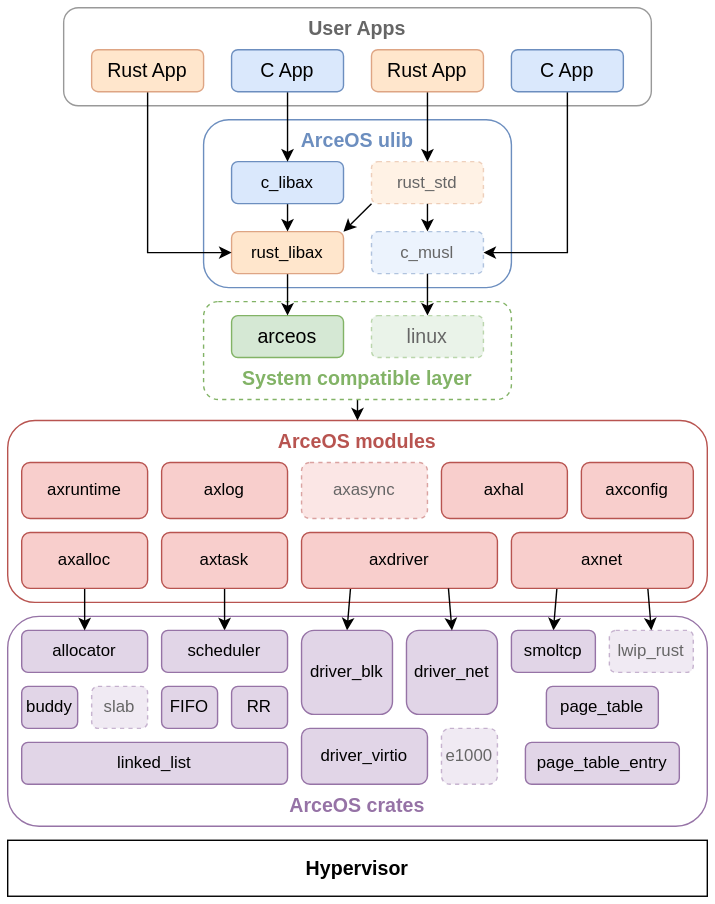
This is assets/ArceOS.svg from shzy2012/arceos-tutorial-book, a draw.io export, as it was before one commit. Source tidied: cells renumbered, new cells last; positions are measured from the earlier drawing's top-left corner, leaving out a move shared by most shapes.
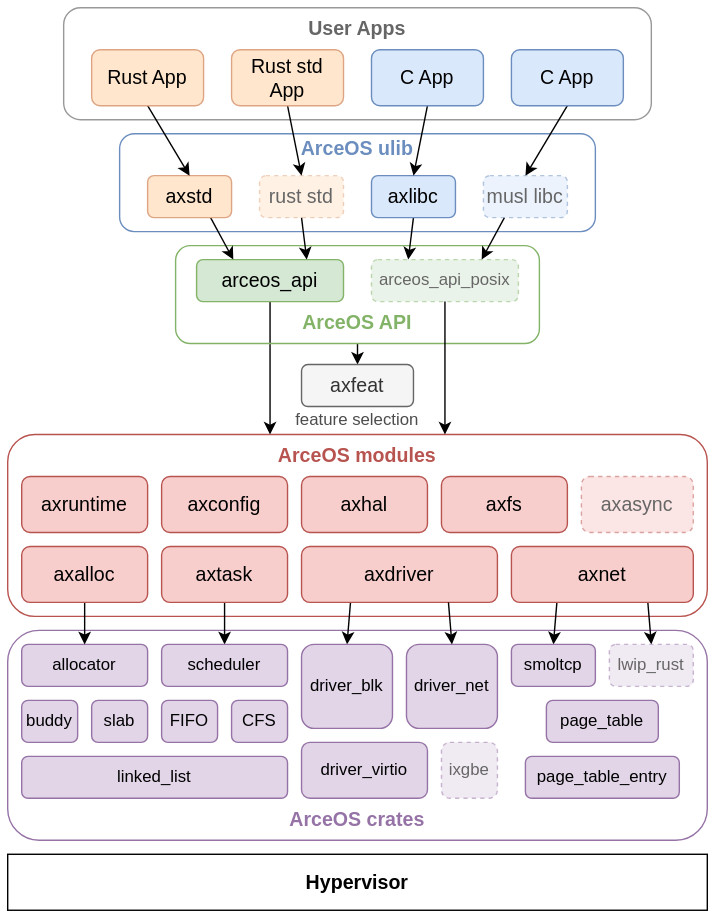
The same file after the commit.

Change to the diagram source:
```diff
@@ -11,3 +11,3 @@
     <mxCell id="4" value="User Apps" style="rounded=1;whiteSpace=wrap;html=1;strokeWidth=1;fontStyle=1;fontSize=14;verticalAlign=top;fillColor=none;strokeColor=#999999;fontColor=#666666;" parent="1" vertex="1">
-      <mxGeometry x="40" width="420" height="70" as="geometry" />
+      <mxGeometry x="40" y="-10" width="420" height="80" as="geometry" />
     </mxCell>
@@ -22,3 +22,3 @@
     </mxCell>
-    <mxCell id="8" value="axnet" style="rounded=1;whiteSpace=wrap;html=1;strokeWidth=1;fillColor=#f8cecc;strokeColor=#b85450;" parent="1" vertex="1">
+    <mxCell id="8" value="axnet" style="rounded=1;whiteSpace=wrap;html=1;strokeWidth=1;fillColor=#f8cecc;strokeColor=#b85450;fontSize=14;" parent="1" vertex="1">
       <mxGeometry x="360" y="375" width="130" height="40" as="geometry" />
@@ -28,13 +28,13 @@
     </mxCell>
-    <mxCell id="10" value="axtask" style="rounded=1;whiteSpace=wrap;html=1;strokeWidth=1;fillColor=#f8cecc;strokeColor=#b85450;" parent="1" vertex="1">
+    <mxCell id="10" value="axtask" style="rounded=1;whiteSpace=wrap;html=1;strokeWidth=1;fillColor=#f8cecc;strokeColor=#b85450;fontSize=14;" parent="1" vertex="1">
       <mxGeometry x="110" y="375" width="90" height="40" as="geometry" />
     </mxCell>
+    <mxCell id="34" value="axconfig" style="rounded=1;whiteSpace=wrap;html=1;strokeWidth=1;fillColor=#f8cecc;strokeColor=#b85450;fontSize=14;" parent="1" vertex="1">
+      <mxGeometry x="110" y="325" width="90" height="40" as="geometry" />
+    </mxCell>
-    <mxCell id="11" value="axruntime" style="rounded=1;whiteSpace=wrap;html=1;strokeWidth=1;fillColor=#f8cecc;strokeColor=#b85450;" parent="1" vertex="1">
+    <mxCell id="11" value="axruntime" style="rounded=1;whiteSpace=wrap;html=1;strokeWidth=1;fillColor=#f8cecc;strokeColor=#b85450;fontSize=14;" parent="1" vertex="1">
       <mxGeometry x="10" y="325" width="90" height="40" as="geometry" />
     </mxCell>
-    <mxCell id="12" value="axlog" style="rounded=1;whiteSpace=wrap;html=1;strokeWidth=1;fillColor=#f8cecc;strokeColor=#b85450;" parent="1" vertex="1">
-      <mxGeometry x="110" y="325" width="90" height="40" as="geometry" />
-    </mxCell>
-    <mxCell id="13" value="axhal" style="rounded=1;whiteSpace=wrap;html=1;strokeWidth=1;fillColor=#f8cecc;strokeColor=#b85450;" parent="1" vertex="1">
-      <mxGeometry x="310" y="325" width="90" height="40" as="geometry" />
+    <mxCell id="13" value="axhal" style="rounded=1;whiteSpace=wrap;html=1;strokeWidth=1;fillColor=#f8cecc;strokeColor=#b85450;fontSize=14;" parent="1" vertex="1">
+      <mxGeometry x="210" y="325" width="90" height="40" as="geometry" />
     </mxCell>
@@ -43,3 +43,3 @@
     </mxCell>
-    <mxCell id="15" value="axdriver" style="rounded=1;whiteSpace=wrap;html=1;strokeWidth=1;fillColor=#f8cecc;strokeColor=#b85450;" parent="1" vertex="1">
+    <mxCell id="15" value="axdriver" style="rounded=1;whiteSpace=wrap;html=1;strokeWidth=1;fillColor=#f8cecc;strokeColor=#b85450;fontSize=14;" parent="1" vertex="1">
       <mxGeometry x="210" y="375" width="140" height="40" as="geometry" />
@@ -52,3 +52,3 @@
     </mxCell>
-    <mxCell id="18" value="axalloc" style="rounded=1;whiteSpace=wrap;html=1;strokeWidth=1;fillColor=#f8cecc;strokeColor=#b85450;" parent="1" vertex="1">
+    <mxCell id="18" value="axalloc" style="rounded=1;whiteSpace=wrap;html=1;strokeWidth=1;fillColor=#f8cecc;strokeColor=#b85450;fontSize=14;" parent="1" vertex="1">
       <mxGeometry x="10" y="375" width="90" height="40" as="geometry" />
@@ -67,4 +67,4 @@
     </mxCell>
-    <mxCell id="23" value="axasync" style="rounded=1;whiteSpace=wrap;html=1;strokeWidth=1;fillColor=#f8cecc;strokeColor=#b85450;dashed=1;opacity=50;fontColor=#666666;" parent="1" vertex="1">
-      <mxGeometry x="210" y="325" width="90" height="40" as="geometry" />
+    <mxCell id="23" value="axasync" style="rounded=1;whiteSpace=wrap;html=1;strokeWidth=1;fillColor=#f8cecc;strokeColor=#b85450;dashed=1;opacity=50;fontColor=#666666;fontSize=14;" parent="1" vertex="1">
+      <mxGeometry x="410" y="325" width="80" height="40" as="geometry" />
     </mxCell>
@@ -76,3 +76,3 @@
     </mxCell>
-    <mxCell id="26" value="slab" style="rounded=1;whiteSpace=wrap;html=1;strokeColor=#9673a6;strokeWidth=1;fillColor=#e1d5e7;dashed=1;opacity=50;fontColor=#666666;" parent="1" vertex="1">
+    <mxCell id="26" value="&lt;font color=&quot;#000000&quot;&gt;slab&lt;/font&gt;" style="rounded=1;whiteSpace=wrap;html=1;strokeColor=#9673a6;strokeWidth=1;fillColor=#e1d5e7;fontColor=#666666;" parent="1" vertex="1">
       <mxGeometry x="60" y="485" width="40" height="30" as="geometry" />
@@ -82,8 +82,8 @@
     </mxCell>
-    <mxCell id="28" value="RR" style="rounded=1;whiteSpace=wrap;html=1;strokeColor=#9673a6;strokeWidth=1;fillColor=#e1d5e7;" parent="1" vertex="1">
-      <mxGeometry x="160" y="485" width="40" height="30" as="geometry" />
-    </mxCell>
-    <mxCell id="29" value="e1000" style="rounded=1;whiteSpace=wrap;html=1;strokeColor=#9673a6;strokeWidth=1;fillColor=#e1d5e7;dashed=1;opacity=50;fontColor=#666666;" parent="1" vertex="1">
-      <mxGeometry x="310" y="515" width="40" height="40" as="geometry" />
-    </mxCell>
+    <mxCell id="60" value="CFS" style="rounded=1;whiteSpace=wrap;html=1;strokeColor=#9673a6;strokeWidth=1;fillColor=#e1d5e7;" parent="1" vertex="1">
+      <mxGeometry x="160" y="485" width="40" height="30" as="geometry" />
+    </mxCell>
+    <mxCell id="61" value="ixgbe" style="rounded=1;whiteSpace=wrap;html=1;strokeColor=#9673a6;strokeWidth=1;fillColor=#e1d5e7;dashed=1;opacity=50;fontColor=#666666;" parent="1" vertex="1">
+      <mxGeometry x="310" y="515" width="40" height="40" as="geometry" />
+    </mxCell>
     <mxCell id="30" value="lwip_rust" style="rounded=1;whiteSpace=wrap;html=1;strokeColor=#9673a6;strokeWidth=1;fillColor=#e1d5e7;dashed=1;opacity=50;fontColor=#666666;" parent="1" vertex="1">
@@ -100,5 +100,5 @@
     </mxCell>
-    <mxCell id="34" value="axconfig" style="rounded=1;whiteSpace=wrap;html=1;strokeWidth=1;fillColor=#f8cecc;strokeColor=#b85450;" parent="1" vertex="1">
-      <mxGeometry x="410" y="325" width="80" height="40" as="geometry" />
-    </mxCell>
+    <mxCell id="62" value="axfs" style="rounded=1;whiteSpace=wrap;html=1;strokeWidth=1;fillColor=#f8cecc;strokeColor=#b85450;fontSize=14;" parent="1" vertex="1">
+      <mxGeometry x="310" y="325" width="90" height="40" as="geometry" />
+    </mxCell>
     <mxCell id="35" value="page_table_entry" style="rounded=1;whiteSpace=wrap;html=1;strokeColor=#9673a6;strokeWidth=1;fillColor=#e1d5e7;" parent="1" vertex="1">
@@ -106,71 +106,65 @@
     </mxCell>
-    <mxCell id="36" style="edgeStyle=none;rounded=0;jettySize=auto;html=1;exitX=0.5;exitY=1;exitDx=0;exitDy=0;entryX=0.5;entryY=0;entryDx=0;entryDy=0;fontSize=14;fontColor=#82B366;fillColor=#f8cecc;strokeColor=#000000;" parent="1" edge="1" source="37" target="2">
-      <mxGeometry relative="1" as="geometry" />
-    </mxCell>
-    <mxCell id="37" value="&lt;font color=&quot;#82b366&quot;&gt;System compatible layer&lt;/font&gt;" style="rounded=1;whiteSpace=wrap;html=1;strokeColor=#82b366;strokeWidth=1;fontSize=14;fillColor=none;verticalAlign=bottom;dashed=1;spacingBottom=4;fontStyle=1;" parent="1" vertex="1">
-      <mxGeometry x="140" y="210" width="220" height="70" as="geometry" />
-    </mxCell>
-    <mxCell id="38" value="linux" style="rounded=1;whiteSpace=wrap;html=1;strokeColor=#82b366;strokeWidth=1;fontSize=14;fillColor=#d5e8d4;opacity=50;dashed=1;fontColor=#666666;" parent="1" vertex="1">
-      <mxGeometry x="260" y="220" width="80" height="30" as="geometry" />
-    </mxCell>
-    <mxCell id="39" value="arceos" style="rounded=1;whiteSpace=wrap;html=1;strokeColor=#82b366;strokeWidth=1;fontSize=14;fillColor=#d5e8d4;" parent="1" vertex="1">
-      <mxGeometry x="160" y="220" width="80" height="30" as="geometry" />
-    </mxCell>
+    <mxCell id="63" style="edgeStyle=none;rounded=0;jettySize=auto;html=1;exitX=0.5;exitY=1;exitDx=0;exitDy=0;entryX=0.375;entryY=0.000;entryDx=0;entryDy=0;fontSize=14;fontColor=#82B366;fillColor=#f8cecc;strokeColor=#000000;entryPerimeter=0;" parent="1" edge="1" source="67" target="2">
+      <mxGeometry relative="1" as="geometry" />
+    </mxCell>
+    <mxCell id="64" style="edgeStyle=orthogonalEdgeStyle;rounded=0;jettySize=auto;html=1;exitX=0.5;exitY=1;exitDx=0;exitDy=0;entryX=0.5;entryY=0;entryDx=0;entryDy=0;" parent="1" edge="1" source="65" target="86">
+      <mxGeometry relative="1" as="geometry" />
+    </mxCell>
+    <mxCell id="65" value="&lt;font color=&quot;#82b366&quot;&gt;ArceOS API&lt;/font&gt;" style="rounded=1;whiteSpace=wrap;html=1;strokeColor=#82b366;strokeWidth=1;fontSize=14;fillColor=none;verticalAlign=bottom;spacingBottom=4;fontStyle=1;" parent="1" vertex="1">
+      <mxGeometry x="120" y="160" width="260" height="70" as="geometry" />
+    </mxCell>
+    <mxCell id="66" value="&lt;font style=&quot;font-size: 12px;&quot;&gt;arceos_api_posix&lt;/font&gt;" style="rounded=1;whiteSpace=wrap;html=1;strokeColor=#82b366;strokeWidth=1;fontSize=12;fillColor=#d5e8d4;fontColor=#666666;dashed=1;opacity=50;" parent="1" vertex="1">
+      <mxGeometry x="260" y="170" width="105" height="30" as="geometry" />
+    </mxCell>
+    <mxCell id="67" value="&lt;font color=&quot;#000000&quot; style=&quot;font-size: 14px;&quot;&gt;arceos_api&lt;/font&gt;" style="rounded=1;whiteSpace=wrap;html=1;strokeColor=#82b366;strokeWidth=1;fontSize=14;fillColor=#d5e8d4;fontColor=#666666;" parent="1" vertex="1">
+      <mxGeometry x="135" y="170" width="105" height="30" as="geometry" />
+    </mxCell>
-    <mxCell id="40" value="&lt;font color=&quot;#6c8ebf&quot;&gt;ArceOS ulib&lt;/font&gt;" style="rounded=1;whiteSpace=wrap;html=1;fillColor=none;strokeColor=#6c8ebf;strokeWidth=1;fontStyle=1;fontSize=14;verticalAlign=top;" parent="1" vertex="1">
-      <mxGeometry x="140" y="80" width="220" height="120" as="geometry" />
+    <mxCell id="40" value="&lt;font color=&quot;#6c8ebf&quot;&gt;ArceOS ulib&lt;/font&gt;" style="rounded=1;whiteSpace=wrap;html=1;fillColor=none;strokeColor=#6c8ebf;strokeWidth=1;fontStyle=1;fontSize=14;verticalAlign=top;spacingTop=-4;" parent="1" vertex="1">
+      <mxGeometry x="80" y="80" width="340" height="70" as="geometry" />
     </mxCell>
-    <mxCell id="41" style="edgeStyle=none;rounded=0;jettySize=auto;html=1;exitX=0.5;exitY=1;exitDx=0;exitDy=0;entryX=0.5;entryY=0;entryDx=0;entryDy=0;fontSize=14;fontColor=#82B366;" parent="1" edge="1" source="42" target="39">
-      <mxGeometry relative="1" as="geometry" />
-    </mxCell>
-    <mxCell id="42" value="rust_libax" style="rounded=1;whiteSpace=wrap;html=1;fillColor=#FFE6CC;strokeColor=#DEA584;strokeWidth=1;" parent="1" vertex="1">
-      <mxGeometry x="160" y="160" width="80" height="30" as="geometry" />
-    </mxCell>
-    <mxCell id="43" style="edgeStyle=none;rounded=0;jettySize=auto;html=1;exitX=0.5;exitY=1;exitDx=0;exitDy=0;entryX=0.5;entryY=0;entryDx=0;entryDy=0;fontSize=14;fontColor=#82B366;" parent="1" edge="1" source="44" target="42">
-      <mxGeometry relative="1" as="geometry" />
-    </mxCell>
-    <mxCell id="44" value="c_libax" style="rounded=1;whiteSpace=wrap;html=1;fillColor=#dae8fc;strokeColor=#6c8ebf;strokeWidth=1;" parent="1" vertex="1">
-      <mxGeometry x="160" y="110" width="80" height="30" as="geometry" />
-    </mxCell>
-    <mxCell id="45" style="edgeStyle=none;rounded=0;jettySize=auto;html=1;exitX=0.5;exitY=1;exitDx=0;exitDy=0;entryX=0.5;entryY=0;entryDx=0;entryDy=0;fontSize=14;fontColor=#82B366;" parent="1" edge="1" source="46" target="38">
-      <mxGeometry relative="1" as="geometry" />
-    </mxCell>
-    <mxCell id="46" value="c_musl" style="rounded=1;whiteSpace=wrap;html=1;fillColor=#dae8fc;strokeColor=#6c8ebf;strokeWidth=1;fontColor=#666666;opacity=50;dashed=1;" parent="1" vertex="1">
-      <mxGeometry x="260" y="160" width="80" height="30" as="geometry" />
-    </mxCell>
-    <mxCell id="47" style="edgeStyle=none;rounded=0;jettySize=auto;html=1;exitX=0.5;exitY=1;exitDx=0;exitDy=0;entryX=0.5;entryY=0;entryDx=0;entryDy=0;fontSize=14;fontColor=#82B366;" parent="1" edge="1" source="49" target="46">
-      <mxGeometry relative="1" as="geometry" />
-    </mxCell>
-    <mxCell id="48" style="rounded=0;jettySize=auto;html=1;exitX=0;exitY=1;exitDx=0;exitDy=0;entryX=1;entryY=0;entryDx=0;entryDy=0;" parent="1" edge="1" source="49" target="42">
-      <mxGeometry relative="1" as="geometry" />
-    </mxCell>
-    <mxCell id="49" value="rust_std" style="rounded=1;whiteSpace=wrap;html=1;fillColor=#FFE6CC;strokeColor=#DEA584;strokeWidth=1;fontColor=#666666;opacity=50;dashed=1;" parent="1" vertex="1">
-      <mxGeometry x="260" y="110" width="80" height="30" as="geometry" />
-    </mxCell>
-    <mxCell id="50" style="edgeStyle=none;rounded=0;orthogonalLoop=1;jettySize=auto;html=1;exitX=0.5;exitY=1;exitDx=0;exitDy=0;fontSize=14;fontColor=#F57F10;" parent="1" edge="1" source="49" target="49">
-      <mxGeometry relative="1" as="geometry" />
-    </mxCell>
-    <mxCell id="51" style="edgeStyle=orthogonalEdgeStyle;rounded=0;jettySize=auto;html=1;exitX=0.5;exitY=1;exitDx=0;exitDy=0;entryX=0;entryY=0.5;entryDx=0;entryDy=0;fontSize=14;fontColor=#82B366;" parent="1" edge="1" source="52" target="42">
-      <mxGeometry relative="1" as="geometry" />
-    </mxCell>
-    <mxCell id="52" value="Rust App" style="rounded=1;whiteSpace=wrap;html=1;strokeWidth=1;fontSize=14;fillColor=#FFE6CC;strokeColor=#DEA584;" parent="1" vertex="1">
-      <mxGeometry x="60" y="30" width="80" height="30" as="geometry" />
-    </mxCell>
-    <mxCell id="53" style="edgeStyle=orthogonalEdgeStyle;rounded=0;jettySize=auto;html=1;exitX=0.5;exitY=1;exitDx=0;exitDy=0;entryX=0.5;entryY=0;entryDx=0;entryDy=0;fontSize=14;fontColor=#82B366;" parent="1" edge="1" source="54" target="44">
-      <mxGeometry relative="1" as="geometry" />
-    </mxCell>
-    <mxCell id="54" value="C App" style="rounded=1;whiteSpace=wrap;html=1;strokeWidth=1;fontSize=14;fillColor=#dae8fc;strokeColor=#6c8ebf;" parent="1" vertex="1">
-      <mxGeometry x="160" y="30" width="80" height="30" as="geometry" />
-    </mxCell>
-    <mxCell id="55" style="edgeStyle=orthogonalEdgeStyle;rounded=0;jettySize=auto;html=1;exitX=0.5;exitY=1;exitDx=0;exitDy=0;entryX=0.5;entryY=0;entryDx=0;entryDy=0;fontSize=14;fontColor=#82B366;" parent="1" edge="1" source="56" target="49">
-      <mxGeometry relative="1" as="geometry" />
-    </mxCell>
-    <mxCell id="56" value="Rust App" style="rounded=1;whiteSpace=wrap;html=1;strokeWidth=1;fontSize=14;fillColor=#FFE6CC;strokeColor=#DEA584;" parent="1" vertex="1">
-      <mxGeometry x="260" y="30" width="80" height="30" as="geometry" />
-    </mxCell>
-    <mxCell id="57" style="edgeStyle=orthogonalEdgeStyle;rounded=0;jettySize=auto;html=1;exitX=0.5;exitY=1;exitDx=0;exitDy=0;entryX=1;entryY=0.5;entryDx=0;entryDy=0;fontSize=14;fontColor=#82B366;" parent="1" edge="1" source="58" target="46">
-      <mxGeometry relative="1" as="geometry" />
-    </mxCell>
-    <mxCell id="58" value="C App" style="rounded=1;whiteSpace=wrap;html=1;strokeWidth=1;fontSize=14;fillColor=#dae8fc;strokeColor=#6c8ebf;" parent="1" vertex="1">
-      <mxGeometry x="360" y="30" width="80" height="30" as="geometry" />
-    </mxCell>
+    <mxCell id="68" style="rounded=0;jettySize=auto;html=1;exitX=0.75;exitY=1;exitDx=0;exitDy=0;entryX=0.25;entryY=0;entryDx=0;entryDy=0;" parent="1" edge="1" source="69" target="67">
+      <mxGeometry relative="1" as="geometry" />
+    </mxCell>
+    <mxCell id="69" value="axstd" style="rounded=1;whiteSpace=wrap;html=1;fillColor=#FFE6CC;strokeColor=#DEA584;strokeWidth=1;fontSize=14;" parent="1" vertex="1">
+      <mxGeometry x="100" y="110" width="60" height="30" as="geometry" />
+    </mxCell>
+    <mxCell id="70" style="edgeStyle=none;rounded=0;jettySize=auto;html=1;exitX=0.5;exitY=1;exitDx=0;exitDy=0;entryX=0.25;entryY=0;entryDx=0;entryDy=0;fontSize=14;fontColor=#82B366;" parent="1" edge="1" source="71" target="66">
+      <mxGeometry relative="1" as="geometry" />
+    </mxCell>
+    <mxCell id="71" value="&lt;font color=&quot;#000000&quot; style=&quot;font-size: 14px;&quot;&gt;axlibc&lt;/font&gt;" style="rounded=1;whiteSpace=wrap;html=1;fillColor=#dae8fc;strokeColor=#6c8ebf;strokeWidth=1;fontColor=#666666;fontSize=14;" parent="1" vertex="1">
+      <mxGeometry x="260" y="110" width="60" height="30" as="geometry" />
+    </mxCell>
+    <mxCell id="72" style="rounded=0;jettySize=auto;html=1;exitX=0.5;exitY=1;exitDx=0;exitDy=0;entryX=0.75;entryY=0;entryDx=0;entryDy=0;" parent="1" edge="1" source="73" target="67">
+      <mxGeometry relative="1" as="geometry" />
+    </mxCell>
+    <mxCell id="73" value="rust std" style="rounded=1;whiteSpace=wrap;html=1;fillColor=#FFE6CC;strokeColor=#DEA584;strokeWidth=1;fontColor=#666666;opacity=50;dashed=1;fontSize=14;" parent="1" vertex="1">
+      <mxGeometry x="180" y="110" width="60" height="30" as="geometry" />
+    </mxCell>
+    <mxCell id="74" style="edgeStyle=none;rounded=0;orthogonalLoop=1;jettySize=auto;html=1;exitX=0.5;exitY=1;exitDx=0;exitDy=0;fontSize=14;fontColor=#F57F10;" parent="1" edge="1" source="73" target="73">
+      <mxGeometry relative="1" as="geometry" />
+    </mxCell>
+    <mxCell id="75" style="rounded=0;jettySize=auto;html=1;exitX=0.5;exitY=1;exitDx=0;exitDy=0;entryX=0.5;entryY=0;entryDx=0;entryDy=0;" parent="1" edge="1" source="76" target="69">
+      <mxGeometry relative="1" as="geometry" />
+    </mxCell>
+    <mxCell id="76" value="Rust App" style="rounded=1;whiteSpace=wrap;html=1;strokeWidth=1;fontSize=14;fillColor=#FFE6CC;strokeColor=#DEA584;" parent="1" vertex="1">
+      <mxGeometry x="60" y="20" width="80" height="40" as="geometry" />
+    </mxCell>
+    <mxCell id="77" style="rounded=0;jettySize=auto;html=1;exitX=0.5;exitY=1;exitDx=0;exitDy=0;entryX=0.5;entryY=0;entryDx=0;entryDy=0;" parent="1" edge="1" source="78" target="84">
+      <mxGeometry relative="1" as="geometry" />
+    </mxCell>
+    <mxCell id="78" value="C App" style="rounded=1;whiteSpace=wrap;html=1;strokeWidth=1;fontSize=14;fillColor=#dae8fc;strokeColor=#6c8ebf;" parent="1" vertex="1">
+      <mxGeometry x="360" y="20" width="80" height="40" as="geometry" />
+    </mxCell>
+    <mxCell id="79" style="rounded=0;jettySize=auto;html=1;exitX=0.5;exitY=1;exitDx=0;exitDy=0;entryX=0.5;entryY=0;entryDx=0;entryDy=0;" parent="1" edge="1" source="80" target="73">
+      <mxGeometry relative="1" as="geometry" />
+    </mxCell>
+    <mxCell id="80" value="Rust std App" style="rounded=1;whiteSpace=wrap;html=1;strokeWidth=1;fontSize=14;fillColor=#FFE6CC;strokeColor=#DEA584;" parent="1" vertex="1">
+      <mxGeometry x="160" y="20" width="80" height="40" as="geometry" />
+    </mxCell>
+    <mxCell id="81" style="rounded=0;jettySize=auto;html=1;exitX=0.5;exitY=1;exitDx=0;exitDy=0;entryX=0.5;entryY=0;entryDx=0;entryDy=0;" parent="1" edge="1" source="82" target="71">
+      <mxGeometry relative="1" as="geometry" />
+    </mxCell>
+    <mxCell id="82" value="C App" style="rounded=1;whiteSpace=wrap;html=1;strokeWidth=1;fontSize=14;fillColor=#dae8fc;strokeColor=#6c8ebf;" parent="1" vertex="1">
+      <mxGeometry x="260" y="20" width="80" height="40" as="geometry" />
+    </mxCell>
     <mxCell id="59" style="edgeStyle=none;rounded=0;jettySize=auto;html=1;exitX=0.75;exitY=1;exitDx=0;exitDy=0;entryX=0.5;entryY=0;entryDx=0;entryDy=0;fontSize=14;fontColor=#B89C4A;fillColor=#f8cecc;strokeColor=#000000;" parent="1" edge="1" source="15" target="33">
@@ -178,2 +172,17 @@
     </mxCell>
+    <mxCell id="83" style="rounded=0;jettySize=auto;html=1;entryX=0.75;entryY=0;entryDx=0;entryDy=0;exitX=0.25;exitY=1;exitDx=0;exitDy=0;" parent="1" edge="1" source="84" target="66">
+      <mxGeometry relative="1" as="geometry" />
+    </mxCell>
+    <mxCell id="84" value="musl libc" style="rounded=1;whiteSpace=wrap;html=1;fillColor=#dae8fc;strokeColor=#6c8ebf;strokeWidth=1;fontColor=#666666;opacity=50;dashed=1;fontSize=14;" parent="1" vertex="1">
+      <mxGeometry x="340" y="110" width="60" height="30" as="geometry" />
+    </mxCell>
+    <mxCell id="85" style="edgeStyle=none;rounded=0;jettySize=auto;html=1;entryX=0.625;entryY=0.00;entryDx=0;entryDy=0;fontSize=14;fontColor=#82B366;fillColor=#f8cecc;strokeColor=#000000;entryPerimeter=0;exitX=0.5;exitY=1;exitDx=0;exitDy=0;" parent="1" edge="1" source="66" target="2">
+      <mxGeometry relative="1" as="geometry" />
+    </mxCell>
+    <mxCell id="86" value="&lt;font style=&quot;font-size: 14px;&quot;&gt;axfeat&lt;/font&gt;" style="rounded=1;whiteSpace=wrap;html=1;strokeWidth=1;fontSize=14;fillColor=#f5f5f5;fontColor=#333333;strokeColor=#666666;" parent="1" vertex="1">
+      <mxGeometry x="210" y="245" width="80" height="30" as="geometry" />
+    </mxCell>
+    <mxCell id="87" value="feature selection" style="text;html=1;strokeColor=none;fillColor=none;align=center;verticalAlign=middle;whiteSpace=wrap;rounded=0;fontColor=#4D4D4D;" parent="1" vertex="1">
+      <mxGeometry x="200" y="275" width="100" height="20" as="geometry" />
+    </mxCell>
   </root>
```
